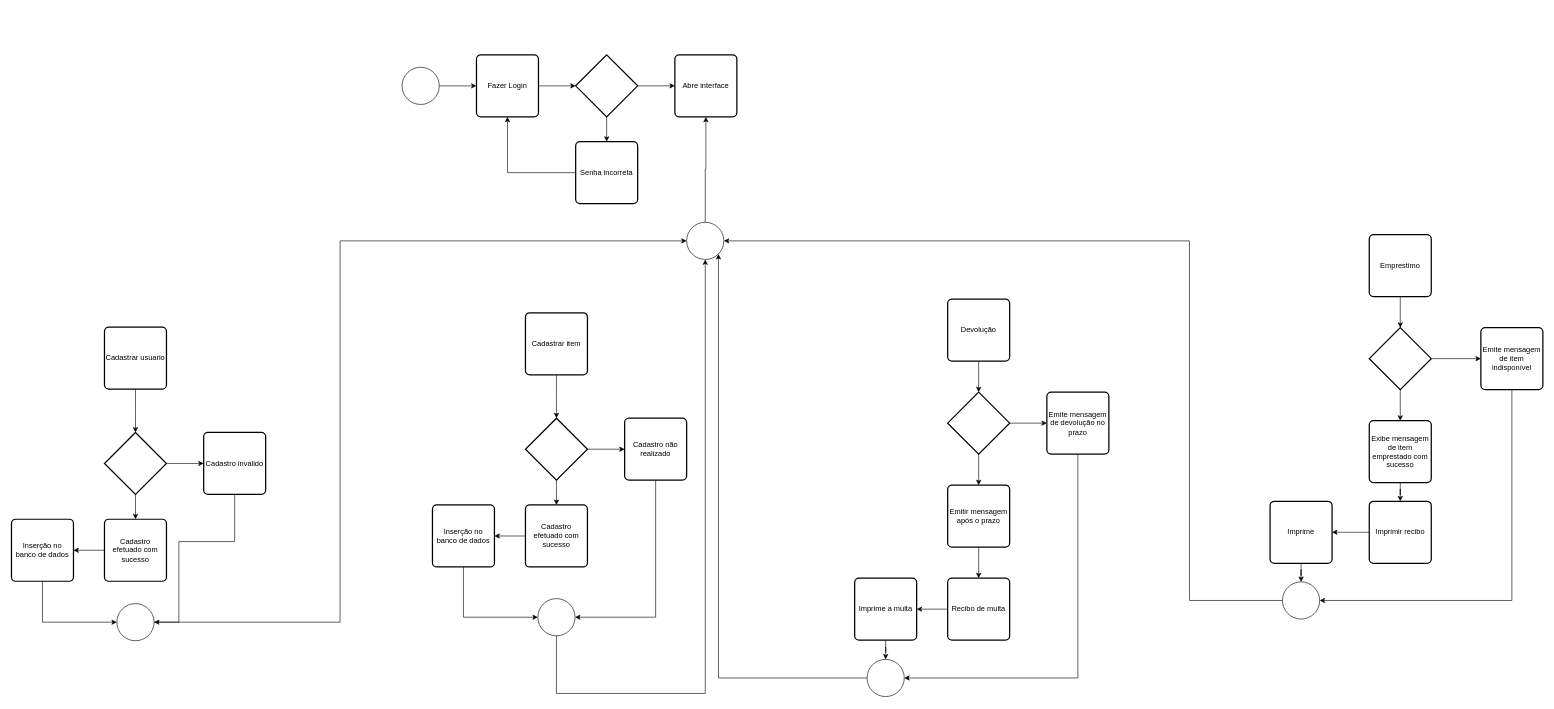
The draw.io diagram diagramaAtividades.drawio in fe1ipesena/biblioteca-Java-Swing, before the edit. Source tidied: cells renumbered, new cells numbered last; positions are measured from the earlier drawing's top-left corner, leaving out a move shared by most shapes. Both pictures are drawn from the tidied source at 62%, with x=0, y=0 at pixel (11, 55).
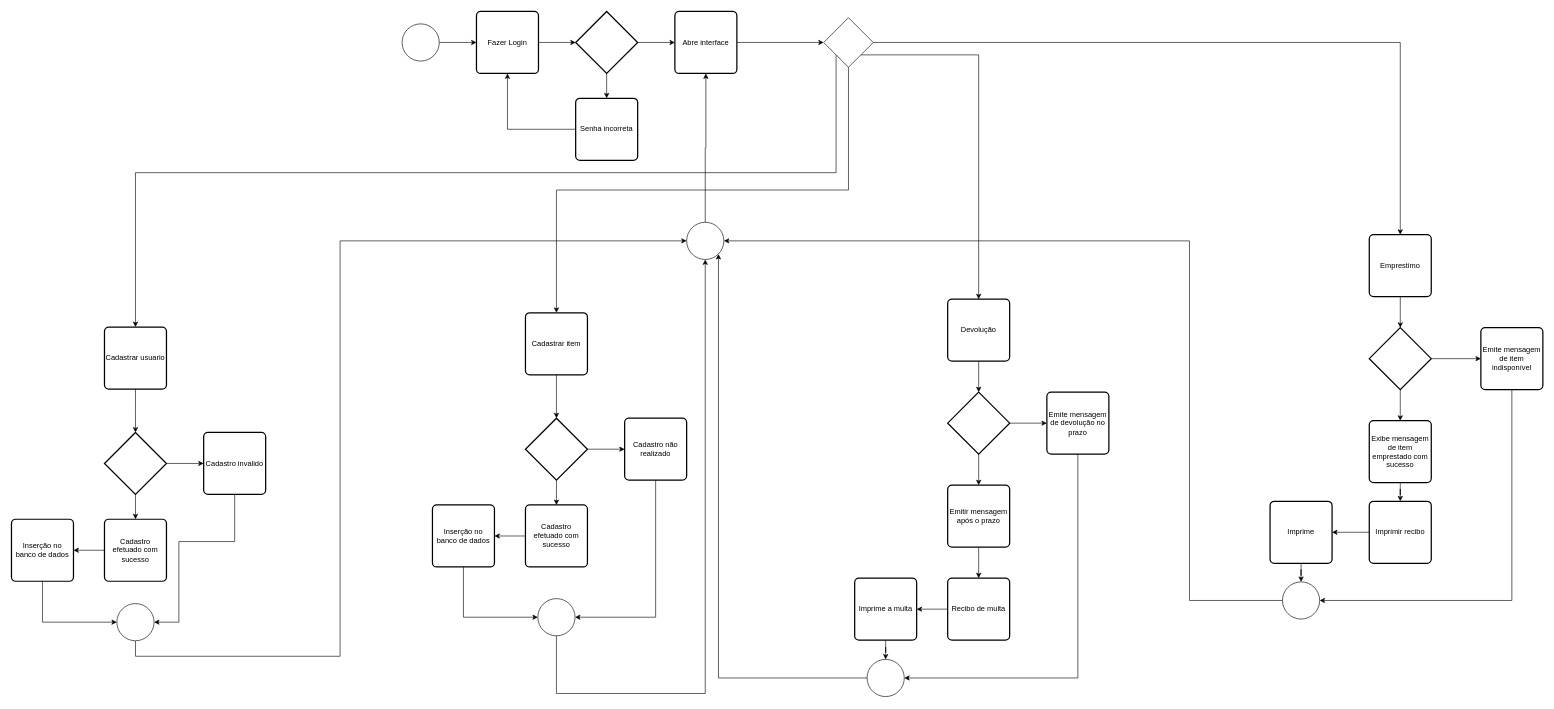
Above is the later version.

Unchanged cells that the change refers to:
```xml
<mxCell id="13" value="Devolução" style="rounded=1;whiteSpace=wrap;html=1;absoluteArcSize=1;arcSize=14;strokeWidth=2;" parent="1" vertex="1">
  <mxGeometry x="1510" y="394" width="100" height="100" as="geometry" />
</mxCell>
<mxCell id="25" value="Emprestimo" style="rounded=1;whiteSpace=wrap;html=1;absoluteArcSize=1;arcSize=14;strokeWidth=2;" parent="1" vertex="1">
  <mxGeometry x="2190" y="290" width="100" height="100" as="geometry" />
</mxCell>
<mxCell id="37" value="Cadastrar usuario" style="rounded=1;whiteSpace=wrap;html=1;absoluteArcSize=1;arcSize=14;strokeWidth=2;" parent="1" vertex="1">
  <mxGeometry x="150" y="439" width="100" height="100" as="geometry" />
</mxCell>
<mxCell id="46" value="Cadastrar item" style="rounded=1;whiteSpace=wrap;html=1;absoluteArcSize=1;arcSize=14;strokeWidth=2;" parent="1" vertex="1">
  <mxGeometry x="829" y="416" width="100" height="100" as="geometry" />
</mxCell>
<mxCell id="55" style="verticalLabelPosition=bottom;verticalAlign=top;html=1;shape=mxgraph.flowchart.on-page_reference;" parent="1" vertex="1">
  <mxGeometry x="170" y="885" width="60" height="60" as="geometry" />
</mxCell>
<mxCell id="66" style="verticalLabelPosition=bottom;verticalAlign=top;html=1;shape=mxgraph.flowchart.on-page_reference;" parent="1" vertex="1">
  <mxGeometry x="1089" y="270" width="60" height="60" as="geometry" />
</mxCell>
```

The edit, as a diff of the source:
```diff
@@
     <mxCell id="3" style="verticalLabelPosition=bottom;verticalAlign=top;html=1;shape=mxgraph.flowchart.on-page_reference;" parent="1" vertex="1">
-      <mxGeometry x="630" y="20" width="60" height="60" as="geometry" />
+      <mxGeometry x="630" y="-50" width="60" height="60" as="geometry" />
     </mxCell>
     <mxCell id="4" value="Fazer Login" style="rounded=1;whiteSpace=wrap;html=1;absoluteArcSize=1;arcSize=14;strokeWidth=2;" parent="1" vertex="1">
-      <mxGeometry x="750" width="100" height="100" as="geometry" />
+      <mxGeometry x="750" y="-70" width="100" height="100" as="geometry" />
     </mxCell>
@@
     <mxCell id="7" style="strokeWidth=2;html=1;shape=mxgraph.flowchart.decision;whiteSpace=wrap;" parent="1" vertex="1">
-      <mxGeometry x="910" width="100" height="100" as="geometry" />
+      <mxGeometry x="910" y="-70" width="100" height="100" as="geometry" />
     </mxCell>
@@
     <mxCell id="10" value="Senha incorreta" style="rounded=1;whiteSpace=wrap;html=1;absoluteArcSize=1;arcSize=14;strokeWidth=2;" parent="1" vertex="1">
-      <mxGeometry x="910" y="140" width="100" height="100" as="geometry" />
+      <mxGeometry x="910" y="70" width="100" height="100" as="geometry" />
     </mxCell>
+    <mxCell id="70" style="edgeStyle=orthogonalEdgeStyle;rounded=0;jettySize=auto;html=1;entryX=0;entryY=0.5;entryDx=0;entryDy=0;" parent="1" edge="1" source="11" target="75">
+      <mxGeometry relative="1" as="geometry" />
+    </mxCell>
     <mxCell id="11" value="Abre interface" style="rounded=1;whiteSpace=wrap;html=1;absoluteArcSize=1;arcSize=14;strokeWidth=2;" parent="1" vertex="1">
-      <mxGeometry x="1070" width="100" height="100" as="geometry" />
+      <mxGeometry x="1070" y="-70" width="100" height="100" as="geometry" />
     </mxCell>
@@
-    <mxCell id="54" style="edgeStyle=orthogonalEdgeStyle;rounded=0;jettySize=auto;html=1;entryX=0;entryY=0.5;entryDx=0;entryDy=0;entryPerimeter=0;" parent="1" edge="1" source="55" target="66">
+    <mxCell id="54" style="edgeStyle=orthogonalEdgeStyle;rounded=0;jettySize=auto;html=1;entryX=0;entryY=0.5;entryDx=0;entryDy=0;entryPerimeter=0;exitX=0.5;exitY=1;exitDx=0;exitDy=0;exitPerimeter=0;" parent="1" edge="1" source="55" target="66">
       <mxGeometry relative="1" as="geometry">
         <Array as="points">
-          <mxPoint x="530" y="915" />
+          <mxPoint x="200" y="970" />
+          <mxPoint x="530" y="970" />
           <mxPoint x="530" y="300" />
         </Array>
       </mxGeometry>
     </mxCell>
@@
+    <mxCell id="71" style="edgeStyle=orthogonalEdgeStyle;rounded=0;jettySize=auto;html=1;exitX=0;exitY=1;exitDx=0;exitDy=0;entryX=0.5;entryY=0;entryDx=0;entryDy=0;" parent="1" edge="1" source="75" target="37">
+      <mxGeometry relative="1" as="geometry">
+        <Array as="points">
+          <mxPoint x="1330" y="190" />
+          <mxPoint x="200" y="190" />
+        </Array>
+      </mxGeometry>
+    </mxCell>
+    <mxCell id="72" style="edgeStyle=orthogonalEdgeStyle;rounded=0;jettySize=auto;html=1;exitX=1;exitY=0.5;exitDx=0;exitDy=0;entryX=0.5;entryY=0;entryDx=0;entryDy=0;" parent="1" edge="1" source="75" target="25">
+      <mxGeometry relative="1" as="geometry" />
+    </mxCell>
+    <mxCell id="73" style="edgeStyle=orthogonalEdgeStyle;rounded=0;jettySize=auto;html=1;exitX=1;exitY=1;exitDx=0;exitDy=0;entryX=0.5;entryY=0;entryDx=0;entryDy=0;" parent="1" edge="1" source="75" target="13">
+      <mxGeometry relative="1" as="geometry" />
+    </mxCell>
+    <mxCell id="74" style="edgeStyle=orthogonalEdgeStyle;rounded=0;jettySize=auto;html=1;exitX=0.5;exitY=1;exitDx=0;exitDy=0;entryX=0.5;entryY=0;entryDx=0;entryDy=0;" parent="1" edge="1" source="75" target="46">
+      <mxGeometry relative="1" as="geometry" />
+    </mxCell>
+    <mxCell id="75" style="rhombus;whiteSpace=wrap;html=1;" parent="1" vertex="1">
+      <mxGeometry x="1310" y="-60" width="80" height="80" as="geometry" />
+    </mxCell>
```
